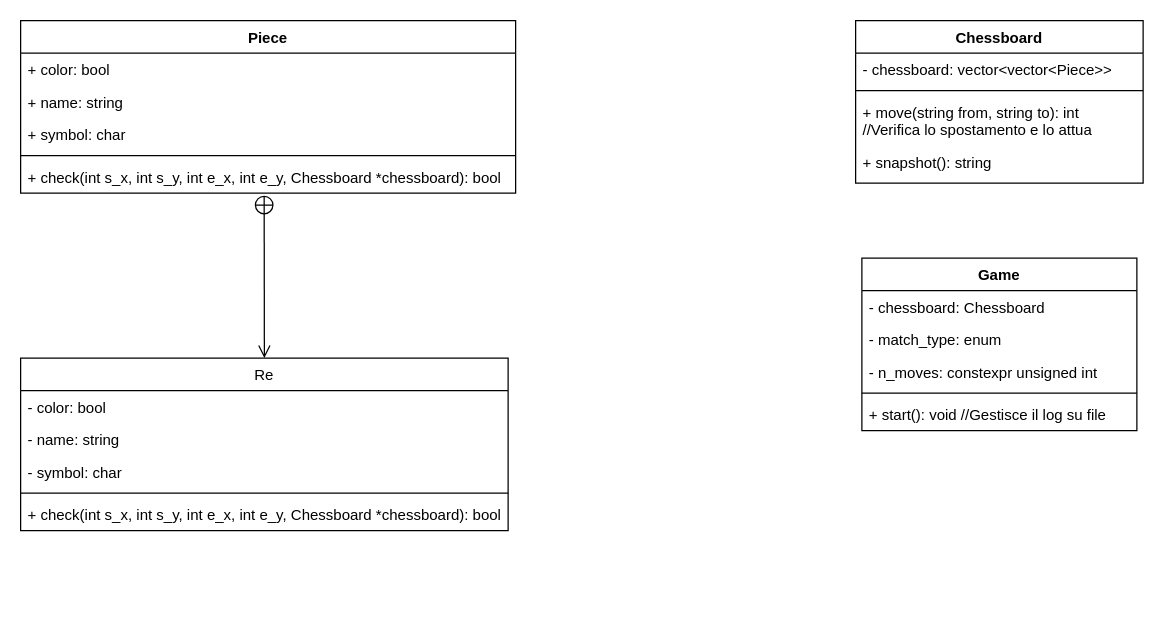
This is MISC/Untitled Diagram.drawio from OrnitorincoPazzoSgravato/LdP-Scacchiera, a draw.io file, before an edit. Source tidied: cells renumbered, new cells numbered last; positions are measured from the earlier drawing's top-left corner, leaving out a move shared by most shapes. Both pictures are drawn from the tidied source at 125%, with x=0, y=0 at pixel (20, 20).
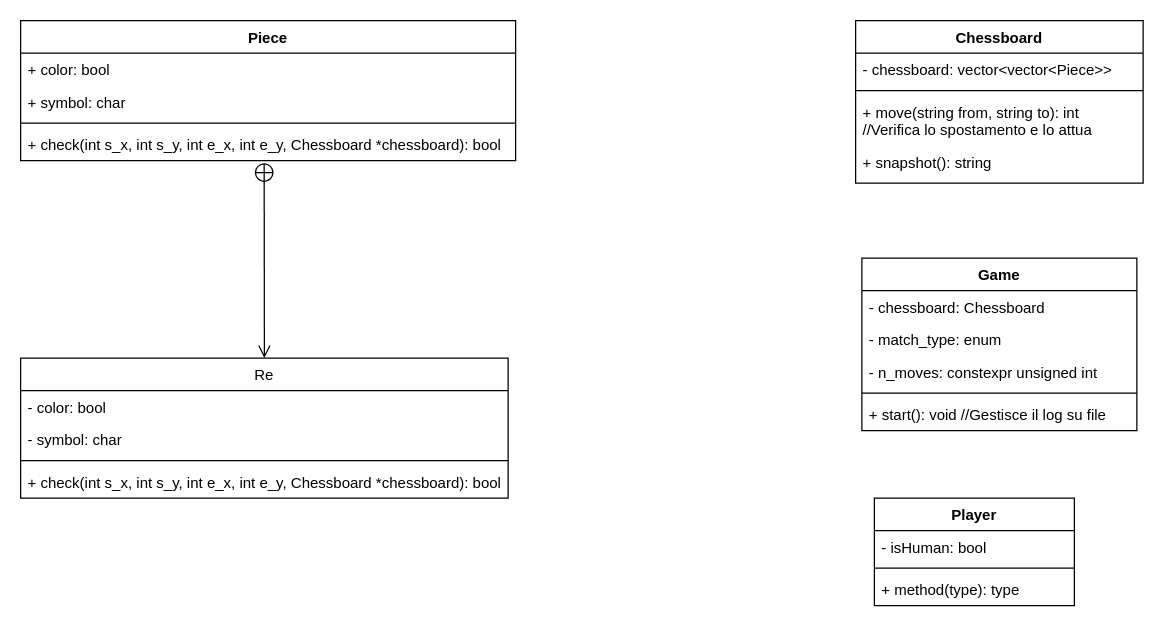
The same page after the edit.

The edit, as a diff of the source:
```diff
@@
     <mxCell id="2" value="Piece" style="swimlane;fontStyle=1;align=center;verticalAlign=top;horizontal=1;startSize=26;" parent="1" vertex="1">
-      <mxGeometry width="396" height="138" as="geometry" />
+      <mxGeometry width="396" height="112" as="geometry" />
     </mxCell>
@@
-    <mxCell id="4" value="+ name: string" style="text;strokeColor=none;fillColor=none;align=left;verticalAlign=top;spacingLeft=4;spacingRight=4;overflow=hidden;" parent="2" vertex="1">
-      <mxGeometry y="52" width="396" height="26" as="geometry" />
-    </mxCell>
     <mxCell id="5" value="+ symbol: char" style="text;strokeColor=none;fillColor=none;align=left;verticalAlign=top;spacingLeft=4;spacingRight=4;overflow=hidden;" parent="2" vertex="1">
-      <mxGeometry y="78" width="396" height="26" as="geometry" />
+      <mxGeometry y="52" width="396" height="26" as="geometry" />
     </mxCell>
     <mxCell id="6" style="line;strokeWidth=1;fillColor=none;align=left;verticalAlign=middle;spacingTop=-1;spacingLeft=3;spacingRight=3;labelPosition=right;" parent="2" vertex="1">
-      <mxGeometry y="104" width="396" height="8" as="geometry" />
+      <mxGeometry y="78" width="396" height="8" as="geometry" />
     </mxCell>
     <mxCell id="7" value="+ check(int s_x, int s_y, int e_x, int e_y, Chessboard *chessboard): bool" style="text;strokeColor=none;fillColor=none;align=left;verticalAlign=top;spacingLeft=4;spacingRight=4;overflow=hidden;points=[[0,0.5],[1,0.5]];portConstraint=eastwest;" parent="2" vertex="1">
-      <mxGeometry y="112" width="396" height="26" as="geometry" />
+      <mxGeometry y="86" width="396" height="26" as="geometry" />
     </mxCell>
     <mxCell id="8" value="Re" style="swimlane;fontStyle=0;horizontal=1;startSize=26;fillColor=none;" parent="1" vertex="1">
-      <mxGeometry y="270" width="390" height="138" as="geometry" />
+      <mxGeometry y="270" width="390" height="112" as="geometry" />
     </mxCell>
@@
-    <mxCell id="10" value="- name: string" style="text;strokeColor=none;fillColor=none;align=left;verticalAlign=top;spacingLeft=4;spacingRight=4;overflow=hidden;" parent="8" vertex="1">
-      <mxGeometry y="52" width="390" height="26" as="geometry" />
-    </mxCell>
     <mxCell id="11" value="- symbol: char" style="text;strokeColor=none;fillColor=none;align=left;verticalAlign=top;spacingLeft=4;spacingRight=4;overflow=hidden;" parent="8" vertex="1">
-      <mxGeometry y="78" width="390" height="26" as="geometry" />
+      <mxGeometry y="52" width="390" height="26" as="geometry" />
     </mxCell>
     <mxCell id="12" style="line;strokeWidth=1;fillColor=none;align=left;verticalAlign=middle;spacingTop=-1;spacingLeft=3;spacingRight=3;labelPosition=right;" parent="8" vertex="1">
-      <mxGeometry y="104" width="390" height="8" as="geometry" />
+      <mxGeometry y="78" width="390" height="8" as="geometry" />
     </mxCell>
     <mxCell id="13" value="+ check(int s_x, int s_y, int e_x, int e_y, Chessboard *chessboard): bool" style="text;strokeColor=none;fillColor=none;align=left;verticalAlign=top;spacingLeft=4;spacingRight=4;overflow=hidden;" parent="8" vertex="1">
-      <mxGeometry y="112" width="390" height="26" as="geometry" />
+      <mxGeometry y="86" width="390" height="26" as="geometry" />
     </mxCell>
@@
+    <mxCell id="26" value="Player" style="swimlane;fontStyle=1;align=center;verticalAlign=top;horizontal=1;startSize=26;" parent="1" vertex="1">
+      <mxGeometry x="683" y="382" width="160" height="86" as="geometry" />
+    </mxCell>
+    <mxCell id="27" value="- isHuman: bool&#10;" style="text;strokeColor=none;fillColor=none;align=left;verticalAlign=top;spacingLeft=4;spacingRight=4;overflow=hidden;" parent="26" vertex="1">
+      <mxGeometry y="26" width="160" height="26" as="geometry" />
+    </mxCell>
+    <mxCell id="28" style="line;strokeWidth=1;fillColor=none;align=left;verticalAlign=middle;spacingTop=-1;spacingLeft=3;spacingRight=3;labelPosition=right;" parent="26" vertex="1">
+      <mxGeometry y="52" width="160" height="8" as="geometry" />
+    </mxCell>
+    <mxCell id="29" value="+ method(type): type" style="text;strokeColor=none;fillColor=none;align=left;verticalAlign=top;spacingLeft=4;spacingRight=4;overflow=hidden;" parent="26" vertex="1">
+      <mxGeometry y="60" width="160" height="26" as="geometry" />
+    </mxCell>
```
